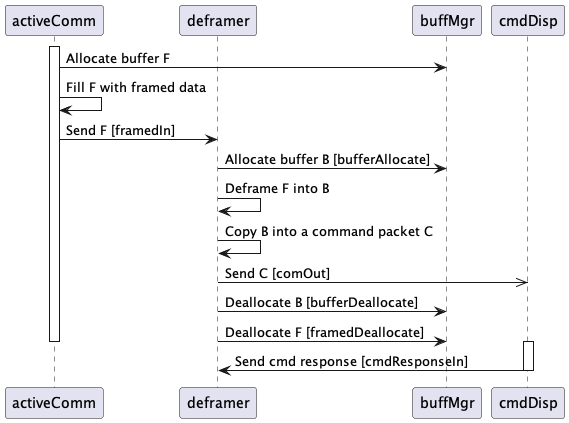
This is Svc/Deframer/docs/img/active-cmd-packet.png from nasa/fprime, a PlantUML export, as it was before one commit.
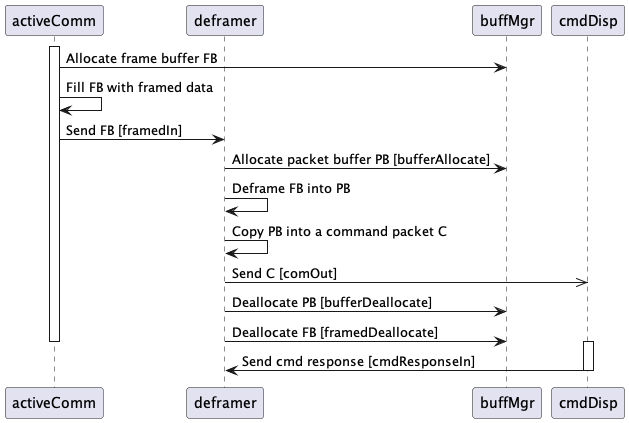
The same diagram one commit later.

Commit message:
Revise Deframer SDD

The edit, as a diff of the source:
```diff
@@ -7,16 +7,16 @@
 
 activate activeComm
 
-activeComm -> buffMgr: Allocate buffer F
-activeComm -> activeComm: Fill F with framed data
-activeComm -> deframer: Send F [framedIn]
+activeComm -> buffMgr: Allocate frame buffer FB
+activeComm -> activeComm: Fill FB with framed data
+activeComm -> deframer: Send FB [framedIn]
 
-deframer -> buffMgr: Allocate buffer B [bufferAllocate]
-deframer -> deframer: Deframe F into B
-deframer -> deframer: Copy B into a command packet C
+deframer -> buffMgr: Allocate packet buffer PB [bufferAllocate]
+deframer -> deframer: Deframe FB into PB
+deframer -> deframer: Copy PB into a command packet C
 deframer ->> cmdDisp: Send C [comOut]
-deframer -> buffMgr: Deallocate B [bufferDeallocate]
-deframer -> buffMgr: Deallocate F [framedDeallocate]
+deframer -> buffMgr: Deallocate PB [bufferDeallocate]
+deframer -> buffMgr: Deallocate FB [framedDeallocate]
 
 deactivate activeComm
 
```
